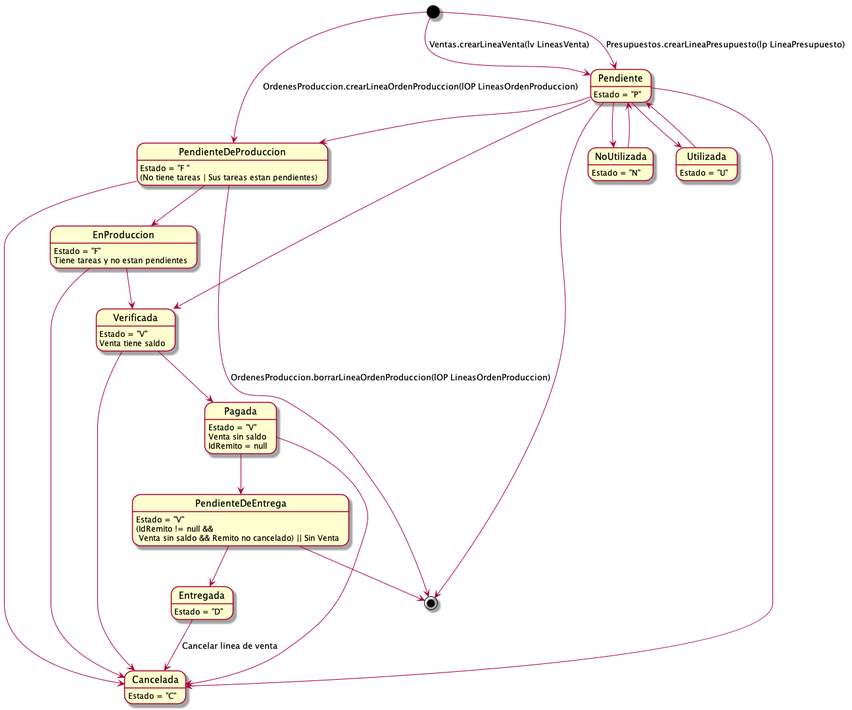
This is Informe Final/Imagenes/DiagramasEstado/DiagramaDeEstado/lineasProducto.png from ZMGestion/DocumentacionZMGestion, a PlantUML export, as it was before one commit.
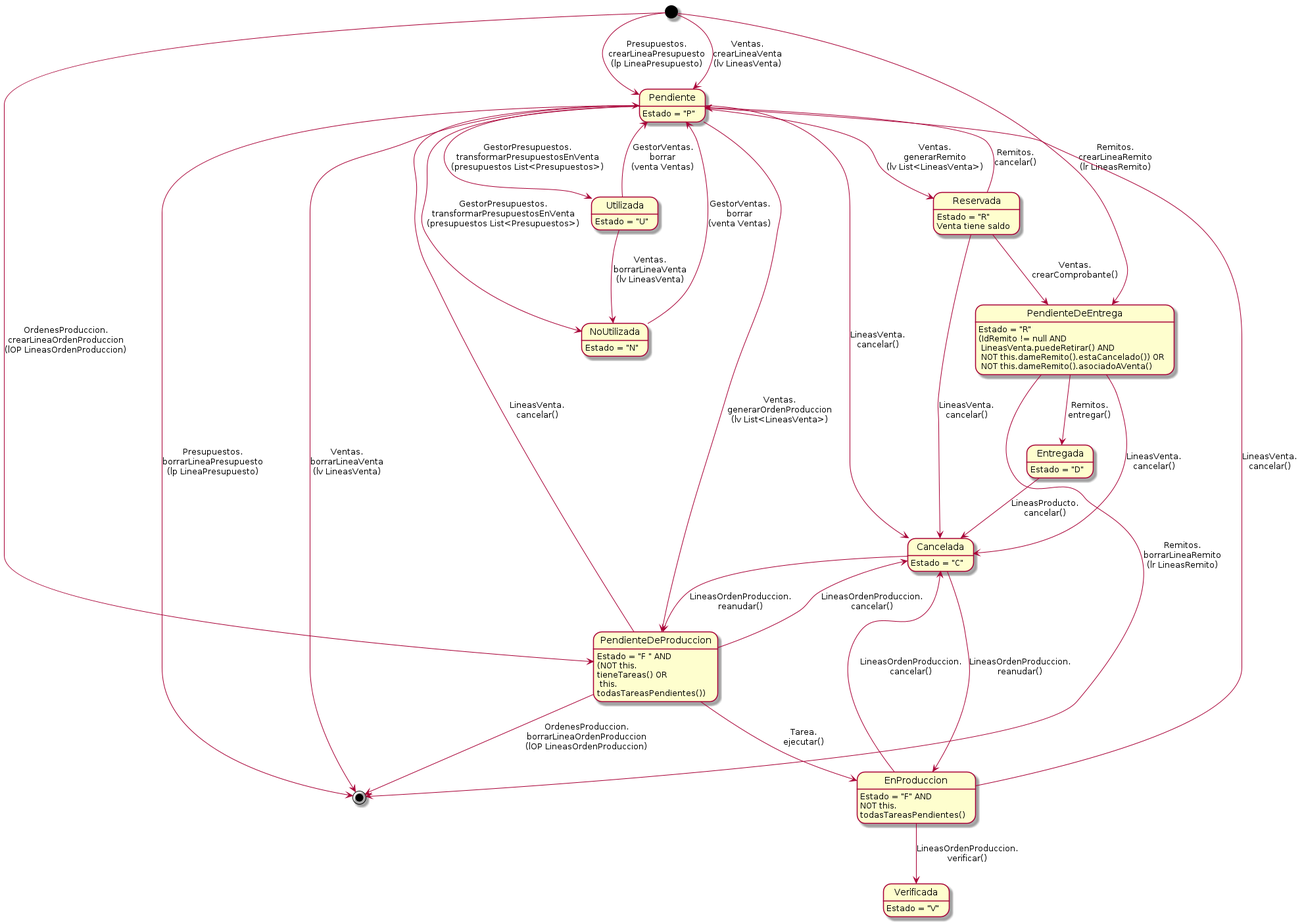
Later version of the same file.

Change to the diagram source:
```diff
@@ -3,42 +3,47 @@
 Cancelada: Estado = "C"
 NoUtilizada: Estado = "N"
 Utilizada: Estado = "U"
-PendienteDeProduccion: Estado = "F "
-PendienteDeProduccion:(No tiene tareas | Sus tareas estan pendientes)
-EnProduccion: Estado = "F"
-EnProduccion: Tiene tareas y no estan pendientes
+PendienteDeProduccion: Estado = "F " AND
+PendienteDeProduccion:(NOT this.\ntieneTareas() OR\n this.\ntodasTareasPendientes())
+EnProduccion: Estado = "F" AND
+EnProduccion: NOT this.\ntodasTareasPendientes()
 Verificada: Estado = "V"
-Verificada: Venta tiene saldo
-Pagada: Estado = "V"
-Pagada: Venta sin saldo
-Pagada: IdRemito = null
-PendienteDeEntrega: Estado = "V"
-PendienteDeEntrega: (IdRemito != null && \n Venta sin saldo && Remito no cancelado) || Sin Venta
+Reservada: Estado = "R"
+Reservada: Venta tiene saldo
+PendienteDeEntrega: Estado = "R"
+PendienteDeEntrega: (IdRemito != null AND\n LineasVenta.puedeRetirar() AND\n NOT this.dameRemito().estaCancelado()) OR\n NOT this.dameRemito().asociadoAVenta()
 Entregada: Estado = "D"
 
 top to bottom direction
-[*] --> Pendiente: Presupuestos.crearLineaPresupuesto(lp LineaPresupuesto)
-[*] --> Pendiente: Ventas.crearLineaVenta(lv LineasVenta)
-Pendiente --> [*]
-[*] --> PendienteDeProduccion: OrdenesProduccion.crearLineaOrdenProduccion(lOP LineasOrdenProduccion)
-PendienteDeProduccion --> [*]: OrdenesProduccion.borrarLineaOrdenProduccion(lOP LineasOrdenProduccion)
-Pendiente --> Utilizada
-Utilizada --> Pendiente
-Pendiente --> NoUtilizada
-NoUtilizada --> Pendiente
-Pendiente --> Cancelada
-Pendiente --> PendienteDeProduccion
-Pendiente --> Verificada
-PendienteDeProduccion --> Cancelada
-PendienteDeProduccion --> EnProduccion
-EnProduccion --> Cancelada
-Verificada --> Cancelada
-Pagada --> Cancelada
-EnProduccion --> Verificada
-Verificada --> Pagada
-Pagada --> PendienteDeEntrega
-PendienteDeEntrega --> Entregada
-PendienteDeEntrega --> [*]
-Entregada --> Cancelada : Cancelar linea de venta
+[*] --> Pendiente: Presupuestos.\ncrearLineaPresupuesto\n(lp LineaPresupuesto)
+[*] --> Pendiente: Ventas.\ncrearLineaVenta\n(lv LineasVenta)
+[*] --> PendienteDeEntrega: Remitos.\ncrearLineaRemito\n(lr LineasRemito)
+Pendiente --> [*]: Ventas.\nborrarLineaVenta\n(lv LineasVenta)
+Pendiente --> [*]: Presupuestos.\nborrarLineaPresupuesto\n(lp LineaPresupuesto)
+[*] --> PendienteDeProduccion: OrdenesProduccion.\ncrearLineaOrdenProduccion\n(lOP LineasOrdenProduccion)
+PendienteDeProduccion --> [*]: OrdenesProduccion.\nborrarLineaOrdenProduccion\n(lOP LineasOrdenProduccion)
+Pendiente --> Utilizada: GestorPresupuestos.\ntransformarPresupuestosEnVenta\n(presupuestos List<Presupuestos>)
+Utilizada --> Pendiente: GestorVentas.\nborrar\n(venta Ventas)
+Pendiente --> NoUtilizada: GestorPresupuestos.\ntransformarPresupuestosEnVenta\n(presupuestos List<Presupuestos>)
+NoUtilizada --> Pendiente: GestorVentas.\nborrar\n(venta Ventas)
+Utilizada --> NoUtilizada: Ventas.\nborrarLineaVenta\n(lv LineasVenta)
+Pendiente --> Cancelada: LineasVenta.\ncancelar()
+Pendiente --> PendienteDeProduccion: Ventas.\ngenerarOrdenProduccion\n(lv List<LineasVenta>)
+Pendiente --> Reservada: Ventas.\ngenerarRemito\n(lv List<LineasVenta>)
+Reservada --> Pendiente: Remitos.\ncancelar()
+PendienteDeProduccion --> Cancelada: LineasOrdenProduccion.\ncancelar()
+PendienteDeProduccion --> EnProduccion: Tarea.\nejecutar()
+PendienteDeProduccion --> Pendiente: LineasVenta.\ncancelar()
+EnProduccion --> Cancelada: LineasOrdenProduccion.\ncancelar()
+EnProduccion --> Pendiente: LineasVenta.\ncancelar()
+Cancelada --> EnProduccion: LineasOrdenProduccion.\nreanudar()
+Cancelada --> PendienteDeProduccion: LineasOrdenProduccion.\nreanudar()
+Reservada --> Cancelada: LineasVenta.\ncancelar()
+EnProduccion --> Verificada: LineasOrdenProduccion.\nverificar()
+Reservada --> PendienteDeEntrega: Ventas.\ncrearComprobante()
+PendienteDeEntrega --> Entregada: Remitos.\nentregar()
+PendienteDeEntrega --> Cancelada: LineasVenta.\ncancelar()
+PendienteDeEntrega --> [*]: Remitos.\nborrarLineaRemito\n(lr LineasRemito)
+Entregada --> Cancelada: LineasProducto.\ncancelar()
 
 @enduml
```
